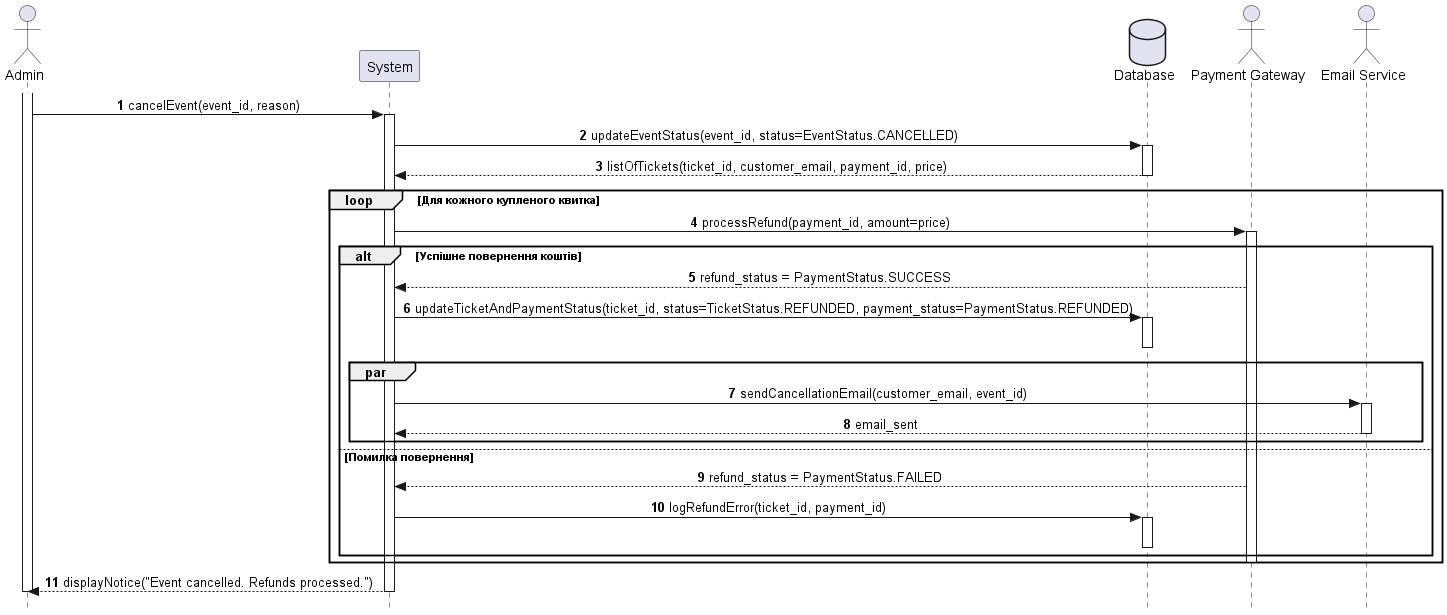
Earlier version of the PlantUML export lab3/diagrams/cancel_event.png (anastasiiaaz/2-course-mavpz).
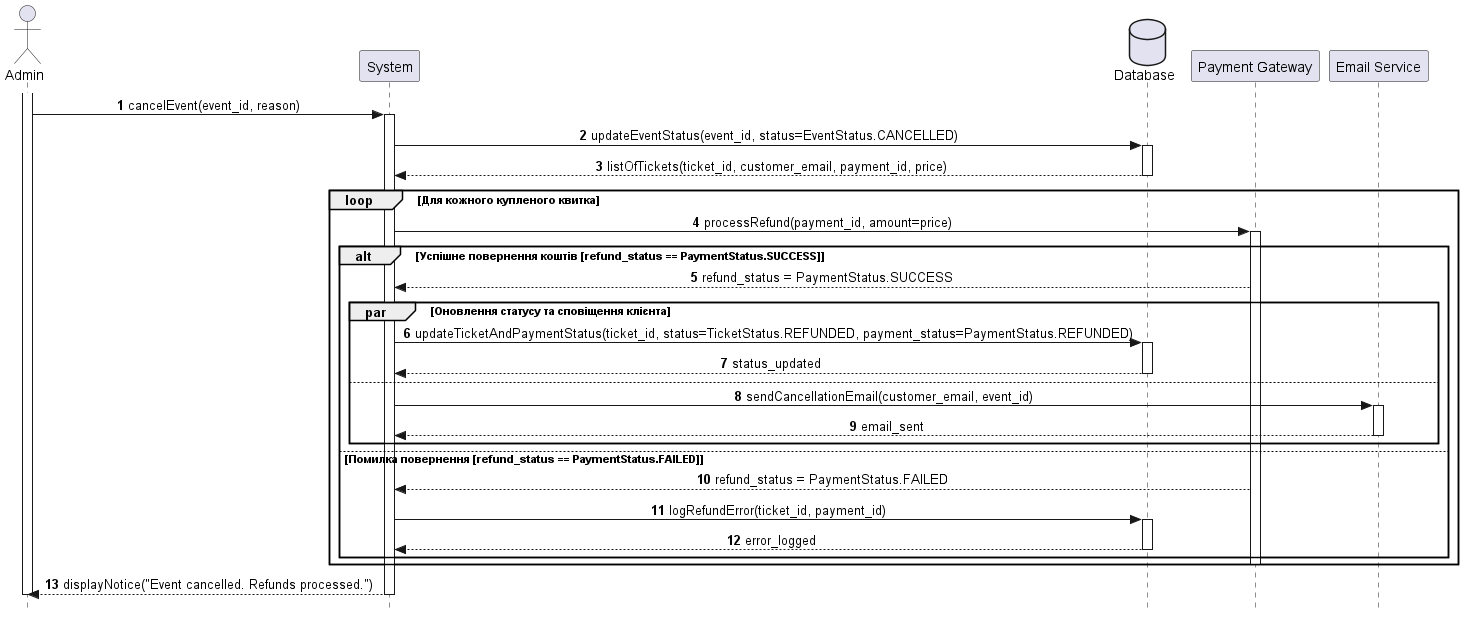
After the commit.

What changed in the source:
```diff
@@ -6,8 +6,8 @@
 actor "Admin" as A
 participant "System" as App
 database "Database" as DB
-actor "Payment Gateway" as PG
-actor "Email Service" as ES
+participant "Payment Gateway" as PG
+participant "Email Service" as ES
 
 activate A
 A -> App : cancelEvent(event_id, reason)
@@ -22,24 +22,26 @@
     App -> PG : processRefund(payment_id, amount=price)
     activate PG
 
-    alt Успішне повернення коштів
+    alt Успішне повернення коштів [refund_status == PaymentStatus.SUCCESS]
         PG --> App : refund_status = PaymentStatus.SUCCESS
 
-        App -> DB : updateTicketAndPaymentStatus(ticket_id, status=TicketStatus.REFUNDED, payment_status=PaymentStatus.REFUNDED)
-        activate DB
-        deactivate DB
-
-        par
+        par Оновлення статусу та сповіщення клієнта
+            App -> DB : updateTicketAndPaymentStatus(ticket_id, status=TicketStatus.REFUNDED, payment_status=PaymentStatus.REFUNDED)
+            activate DB
+            DB --> App : status_updated
+            deactivate DB
+        else
             App -> ES : sendCancellationEmail(customer_email, event_id)
             activate ES
             ES --> App : email_sent
             deactivate ES
         end
 
-    else Помилка повернення
+    else Помилка повернення [refund_status == PaymentStatus.FAILED]
         PG --> App : refund_status = PaymentStatus.FAILED
         App -> DB : logRefundError(ticket_id, payment_id)
         activate DB
+        DB --> App : error_logged
         deactivate DB
     end
 
```
